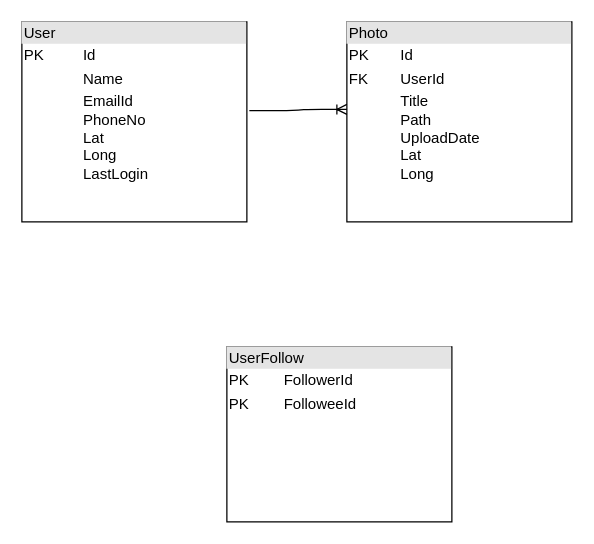
Before: Twitter/Untitled Diagram.drawio in izardasa/HLD, a draw.io diagram. Source tidied: cells renumbered, new cells numbered last; positions are measured from the earlier drawing's top-left corner, leaving out a move shared by most shapes. Both pictures are drawn from the tidied source at 125%, with x=0, y=0 at pixel (21, 21).
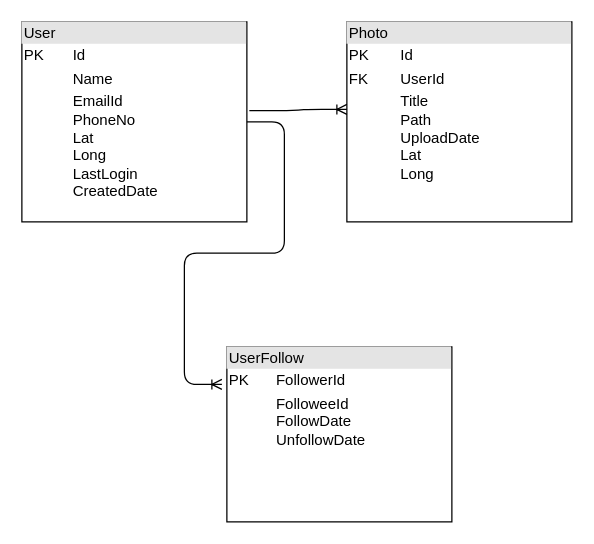
Above is the later version.

Diff of the diagram source:
```diff
@@
 <mxGraphModel>
   <root>
     <mxCell id="0" />
     <mxCell id="1" parent="0" />
-    <mxCell id="2" value="&lt;div style=&quot;box-sizing: border-box ; width: 100% ; background: #e4e4e4 ; padding: 2px&quot;&gt;User&lt;/div&gt;&lt;table style=&quot;width: 100% ; font-size: 1em&quot; cellpadding=&quot;2&quot; cellspacing=&quot;0&quot;&gt;&lt;tbody&gt;&lt;tr&gt;&lt;td&gt;PK&lt;/td&gt;&lt;td&gt;Id&lt;/td&gt;&lt;/tr&gt;&lt;tr&gt;&lt;td&gt;&lt;br&gt;&lt;/td&gt;&lt;td&gt;Name&lt;/td&gt;&lt;/tr&gt;&lt;tr&gt;&lt;td&gt;&lt;/td&gt;&lt;td&gt;EmailId&lt;br&gt;PhoneNo&lt;br&gt;Lat&amp;nbsp;&lt;br&gt;Long&lt;br&gt;LastLogin&lt;br&gt;&lt;/td&gt;&lt;/tr&gt;&lt;/tbody&gt;&lt;/table&gt;" style="verticalAlign=top;align=left;overflow=fill;html=1;" parent="1" vertex="1">
+    <mxCell id="2" value="&lt;div style=&quot;box-sizing: border-box ; width: 100% ; background: #e4e4e4 ; padding: 2px&quot;&gt;User&lt;/div&gt;&lt;table style=&quot;width: 100% ; font-size: 1em&quot; cellpadding=&quot;2&quot; cellspacing=&quot;0&quot;&gt;&lt;tbody&gt;&lt;tr&gt;&lt;td&gt;PK&lt;/td&gt;&lt;td&gt;Id&lt;/td&gt;&lt;/tr&gt;&lt;tr&gt;&lt;td&gt;&lt;br&gt;&lt;/td&gt;&lt;td&gt;Name&lt;/td&gt;&lt;/tr&gt;&lt;tr&gt;&lt;td&gt;&lt;/td&gt;&lt;td&gt;EmailId&lt;br&gt;PhoneNo&lt;br&gt;Lat&amp;nbsp;&lt;br&gt;Long&lt;br&gt;LastLogin&lt;br&gt;CreatedDate&lt;/td&gt;&lt;/tr&gt;&lt;/tbody&gt;&lt;/table&gt;" style="verticalAlign=top;align=left;overflow=fill;html=1;" parent="1" vertex="1">
       <mxGeometry width="180" height="160" as="geometry" />
     </mxCell>
     <mxCell id="3" value="&lt;div style=&quot;box-sizing: border-box ; width: 100% ; background: #e4e4e4 ; padding: 2px&quot;&gt;Photo&lt;/div&gt;&lt;table style=&quot;width: 100% ; font-size: 1em&quot; cellpadding=&quot;2&quot; cellspacing=&quot;0&quot;&gt;&lt;tbody&gt;&lt;tr&gt;&lt;td&gt;PK&lt;/td&gt;&lt;td&gt;Id&lt;/td&gt;&lt;/tr&gt;&lt;tr&gt;&lt;td&gt;FK&lt;/td&gt;&lt;td&gt;UserId&lt;/td&gt;&lt;/tr&gt;&lt;tr&gt;&lt;td&gt;&lt;/td&gt;&lt;td&gt;Title&lt;br&gt;Path&lt;br&gt;UploadDate&lt;br&gt;Lat&lt;br&gt;Long&lt;br&gt;&lt;br&gt;&lt;/td&gt;&lt;/tr&gt;&lt;/tbody&gt;&lt;/table&gt;" style="verticalAlign=top;align=left;overflow=fill;html=1;" parent="1" vertex="1">
       <mxGeometry x="260" width="180" height="160" as="geometry" />
     </mxCell>
-    <mxCell id="4" value="&lt;div style=&quot;box-sizing: border-box ; width: 100% ; background: #e4e4e4 ; padding: 2px&quot;&gt;UserFollow&lt;/div&gt;&lt;table style=&quot;width: 100% ; font-size: 1em&quot; cellpadding=&quot;2&quot; cellspacing=&quot;0&quot;&gt;&lt;tbody&gt;&lt;tr&gt;&lt;td&gt;PK&lt;/td&gt;&lt;td&gt;FollowerId&lt;/td&gt;&lt;/tr&gt;&lt;tr&gt;&lt;td&gt;PK&lt;/td&gt;&lt;td&gt;FolloweeId&lt;/td&gt;&lt;/tr&gt;&lt;tr&gt;&lt;td&gt;&lt;/td&gt;&lt;td&gt;&lt;br&gt;&lt;/td&gt;&lt;/tr&gt;&lt;/tbody&gt;&lt;/table&gt;" style="verticalAlign=top;align=left;overflow=fill;html=1;" parent="1" vertex="1">
+    <mxCell id="4" value="&lt;div style=&quot;box-sizing: border-box ; width: 100% ; background: #e4e4e4 ; padding: 2px&quot;&gt;UserFollow&lt;/div&gt;&lt;table style=&quot;width: 100% ; font-size: 1em&quot; cellpadding=&quot;2&quot; cellspacing=&quot;0&quot;&gt;&lt;tbody&gt;&lt;tr&gt;&lt;td&gt;PK&lt;br&gt;&lt;/td&gt;&lt;td&gt;FollowerId&lt;/td&gt;&lt;/tr&gt;&lt;tr&gt;&lt;td&gt;&lt;br&gt;&lt;/td&gt;&lt;td&gt;FolloweeId&lt;br&gt;FollowDate&lt;br&gt;UnfollowDate&lt;/td&gt;&lt;/tr&gt;&lt;tr&gt;&lt;td&gt;&lt;/td&gt;&lt;td&gt;&lt;br&gt;&lt;/td&gt;&lt;/tr&gt;&lt;/tbody&gt;&lt;/table&gt;" style="verticalAlign=top;align=left;overflow=fill;html=1;" parent="1" vertex="1">
       <mxGeometry x="164" y="260" width="180" height="140" as="geometry" />
     </mxCell>
     <mxCell id="5" style="edgeStyle=entityRelationEdgeStyle;fontSize=12;html=1;endArrow=ERoneToMany;exitX=1.011;exitY=0.444;exitDx=0;exitDy=0;exitPerimeter=0;" parent="1" edge="1" source="2">
       <mxGeometry relative="1" as="geometry">
         <mxPoint x="260" y="70" as="targetPoint" />
       </mxGeometry>
     </mxCell>
+    <mxCell id="6" style="edgeStyle=entityRelationEdgeStyle;fontSize=12;html=1;endArrow=ERoneToMany;" parent="1" edge="1" source="2">
+      <mxGeometry relative="1" as="geometry">
+        <mxPoint x="160" y="290" as="targetPoint" />
+      </mxGeometry>
+    </mxCell>
   </root>
 </mxGraphModel>
```
